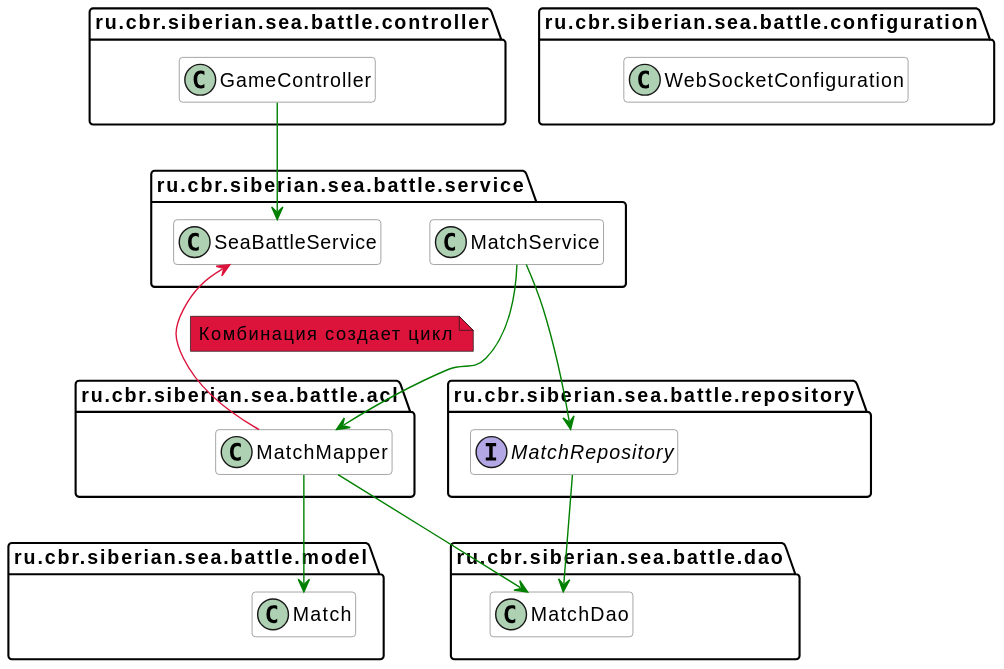
The PlantUML diagram plantuml/generated-diagrams/beFreeOfCyclesTest.svg in onixred/SiberianSeaBattle, before a commit. Source of this version:
```plantuml
@startuml
hide empty members
set separator none
skinparam componentStyle uml2

skinparam component {
  BorderColor #grey
  BackgroundColor #white
}

skinparam class {
  BorderColor #grey
  BackgroundColor #white
}

package ru.cbr.siberian.sea.battle.acl {
    class MatchMapper
}

package ru.cbr.siberian.sea.battle.configuration {
    class WebSocketConfiguration
}

package ru.cbr.siberian.sea.battle.controller {
    class GameController
}

package ru.cbr.siberian.sea.battle.dao {
    class MatchDao
}

package ru.cbr.siberian.sea.battle.model {
    class Match
}

package ru.cbr.siberian.sea.battle.repository {
    interface MatchRepository
}

package ru.cbr.siberian.sea.battle.service {
    class MatchService
    class SeaBattleService
}

GameController -down-> SeaBattleService #green

MatchService -down-> MatchMapper #green
MatchService -down-> MatchRepository #green
MatchRepository -down-> MatchDao #green
MatchMapper -down-> MatchDao #green
MatchMapper -down-> Match #green
MatchMapper --> SeaBattleService #crimson
note right on link #crimson: Комбинация создает цикл
@enduml
```
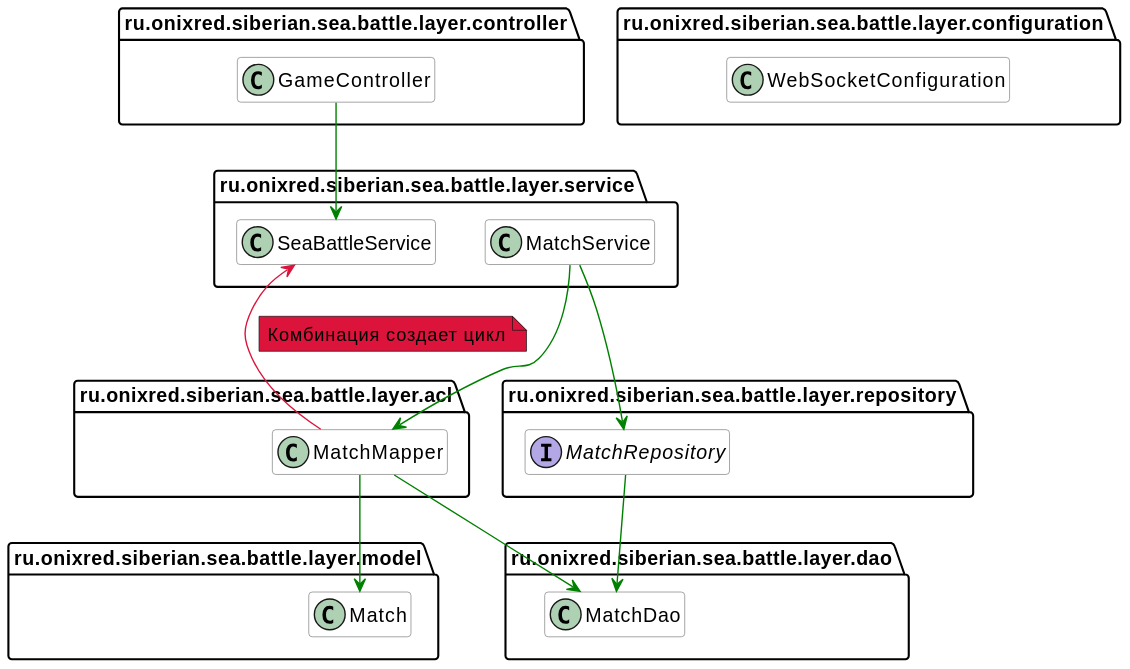
Above is the later version.

The edit, as a diff of the source:
```diff
@@ -13,31 +13,31 @@
   BackgroundColor #white
 }
 
-package ru.cbr.siberian.sea.battle.acl {
+package ru.onixred.siberian.sea.battle.layer.acl {
     class MatchMapper
 }
 
-package ru.cbr.siberian.sea.battle.configuration {
+package ru.onixred.siberian.sea.battle.layer.configuration {
     class WebSocketConfiguration
 }
 
-package ru.cbr.siberian.sea.battle.controller {
+package ru.onixred.siberian.sea.battle.layer.controller {
     class GameController
 }
 
-package ru.cbr.siberian.sea.battle.dao {
+package ru.onixred.siberian.sea.battle.layer.dao {
     class MatchDao
 }
 
-package ru.cbr.siberian.sea.battle.model {
+package ru.onixred.siberian.sea.battle.layer.model {
     class Match
 }
 
-package ru.cbr.siberian.sea.battle.repository {
+package ru.onixred.siberian.sea.battle.layer.repository {
     interface MatchRepository
 }
 
-package ru.cbr.siberian.sea.battle.service {
+package ru.onixred.siberian.sea.battle.layer.service {
     class MatchService
     class SeaBattleService
 }
```
